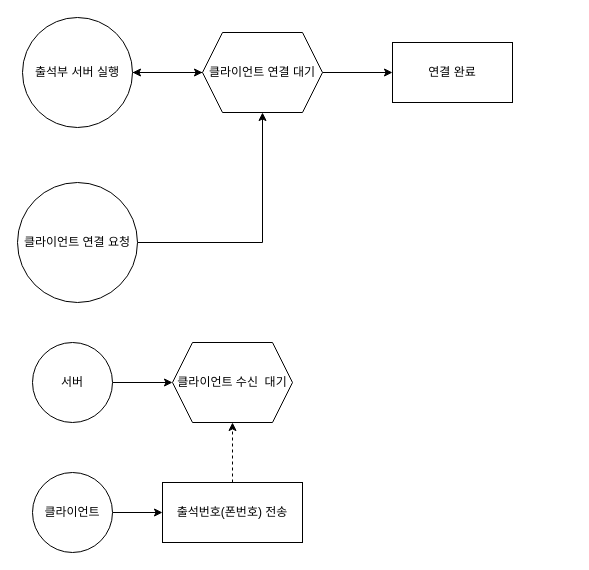
Earlier version of the draw.io diagram 출석부서버순서도.drawio (GyuminGomin/HealthKiosk). Source tidied: cells renumbered, new cells numbered last; positions are measured from the earlier drawing's top-left corner, leaving out a move shared by most shapes. Both pictures are drawn from the tidied source at 100%, with x=0, y=0 at pixel (17, 17).
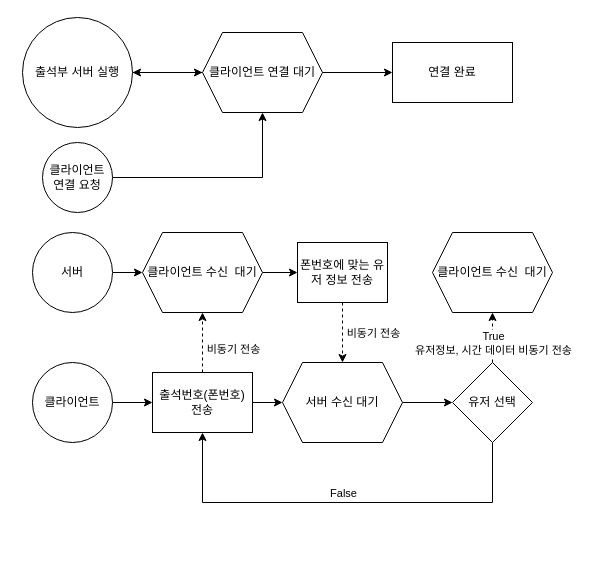
The same diagram, later.

Commit message (it also covers changes not shown here):
출석부서버순서도.drawio 업데이트

The change refers to these unchanged cells:
```xml
<mxCell id="10" style="edgeStyle=orthogonalEdgeStyle;rounded=0;jettySize=auto;html=1;dashed=1;" parent="1" edge="1" source="11" target="16">
  <mxGeometry relative="1" as="geometry" />
</mxCell>
```

Change to the diagram source:
```diff
@@
     <mxCell id="5" value="클라이언트 연결 요청" style="ellipse;whiteSpace=wrap;html=1;" parent="1" vertex="1">
-      <mxGeometry y="165" width="120" height="120" as="geometry" />
+      <mxGeometry x="25" y="125" width="70" height="70" as="geometry" />
     </mxCell>
@@
+    <mxCell id="17" value="비동기 전송" style="edgeLabel;html=1;align=center;verticalAlign=middle;" parent="10" vertex="1">
+      <mxGeometry x="-0.2" y="-3" relative="1" as="geometry">
+        <mxPoint x="27" as="offset" />
+      </mxGeometry>
+    </mxCell>
+    <mxCell id="18" style="edgeStyle=orthogonalEdgeStyle;rounded=0;jettySize=auto;html=1;" parent="1" edge="1" source="11" target="21">
+      <mxGeometry relative="1" as="geometry" />
+    </mxCell>
     <mxCell id="11" value="출석번호(폰번호) 전송" style="rounded=0;whiteSpace=wrap;html=1;" parent="1" vertex="1">
-      <mxGeometry x="145" y="465" width="140" height="60" as="geometry" />
+      <mxGeometry x="135" y="355" width="100" height="60" as="geometry" />
     </mxCell>
@@
     <mxCell id="13" value="서버" style="ellipse;whiteSpace=wrap;html=1;" parent="1" vertex="1">
-      <mxGeometry x="15" y="325" width="80" height="80" as="geometry" />
+      <mxGeometry x="15" y="215" width="80" height="80" as="geometry" />
     </mxCell>
@@
     <mxCell id="15" value="클라이언트" style="ellipse;whiteSpace=wrap;html=1;" parent="1" vertex="1">
-      <mxGeometry x="15" y="455" width="80" height="80" as="geometry" />
+      <mxGeometry x="15" y="345" width="80" height="80" as="geometry" />
     </mxCell>
+    <mxCell id="19" style="edgeStyle=orthogonalEdgeStyle;rounded=0;jettySize=auto;html=1;" parent="1" edge="1" source="16" target="24">
+      <mxGeometry relative="1" as="geometry" />
+    </mxCell>
     <mxCell id="16" value="클라이언트 수신&amp;nbsp; 대기" style="shape=hexagon;perimeter=hexagonPerimeter2;whiteSpace=wrap;html=1;fixedSize=1;" parent="1" vertex="1">
-      <mxGeometry x="155" y="325" width="120" height="80" as="geometry" />
+      <mxGeometry x="125" y="215" width="120" height="80" as="geometry" />
     </mxCell>
+    <mxCell id="20" style="edgeStyle=orthogonalEdgeStyle;rounded=0;jettySize=auto;html=1;" parent="1" edge="1" source="21" target="29">
+      <mxGeometry relative="1" as="geometry" />
+    </mxCell>
+    <mxCell id="21" value="서버 수신 대기" style="shape=hexagon;perimeter=hexagonPerimeter2;whiteSpace=wrap;html=1;fixedSize=1;" parent="1" vertex="1">
+      <mxGeometry x="265" y="345" width="120" height="80" as="geometry" />
+    </mxCell>
+    <mxCell id="22" style="edgeStyle=orthogonalEdgeStyle;rounded=0;jettySize=auto;html=1;dashed=1;" parent="1" edge="1" source="24" target="21">
+      <mxGeometry relative="1" as="geometry" />
+    </mxCell>
+    <mxCell id="23" value="비동기 전송" style="edgeLabel;html=1;align=center;verticalAlign=middle;" parent="22" vertex="1">
+      <mxGeometry x="-0.13" y="4" relative="1" as="geometry">
+        <mxPoint x="26" y="4" as="offset" />
+      </mxGeometry>
+    </mxCell>
+    <mxCell id="24" value="폰번호에 맞는 유저 정보 전송" style="rounded=0;whiteSpace=wrap;html=1;" parent="1" vertex="1">
+      <mxGeometry x="280" y="225" width="90" height="60" as="geometry" />
+    </mxCell>
+    <mxCell id="25" style="edgeStyle=orthogonalEdgeStyle;rounded=0;jettySize=auto;html=1;dashed=1;" parent="1" edge="1" source="29" target="30">
+      <mxGeometry relative="1" as="geometry" />
+    </mxCell>
+    <mxCell id="26" value="True&lt;br&gt;유저정보, 시간 데이터 비동기 전송" style="edgeLabel;html=1;align=center;verticalAlign=middle;" parent="25" vertex="1">
+      <mxGeometry x="-0.36" relative="1" as="geometry">
+        <mxPoint y="-4" as="offset" />
+      </mxGeometry>
+    </mxCell>
+    <mxCell id="27" style="edgeStyle=orthogonalEdgeStyle;rounded=0;jettySize=auto;html=1;" parent="1" edge="1" source="29" target="11">
+      <mxGeometry relative="1" as="geometry">
+        <Array as="points">
+          <mxPoint x="475" y="485" />
+          <mxPoint x="185" y="485" />
+        </Array>
+      </mxGeometry>
+    </mxCell>
+    <mxCell id="28" value="False" style="edgeLabel;html=1;align=center;verticalAlign=middle;" parent="27" vertex="1">
+      <mxGeometry x="-0.35" y="1" relative="1" as="geometry">
+        <mxPoint x="-73" y="-11" as="offset" />
+      </mxGeometry>
+    </mxCell>
+    <mxCell id="29" value="유저 선택" style="rhombus;whiteSpace=wrap;html=1;" parent="1" vertex="1">
+      <mxGeometry x="435" y="345" width="80" height="80" as="geometry" />
+    </mxCell>
+    <mxCell id="30" value="클라이언트 수신&amp;nbsp; 대기" style="shape=hexagon;perimeter=hexagonPerimeter2;whiteSpace=wrap;html=1;fixedSize=1;" parent="1" vertex="1">
+      <mxGeometry x="415" y="215" width="120" height="80" as="geometry" />
+    </mxCell>
```
